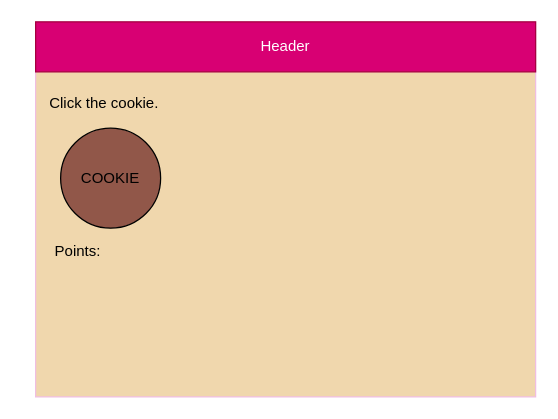
This is design/story-board.drawio from Liya-Getachew/ICS2O-Unit6-02-cookie-clicker, a draw.io file, before an edit. Source tidied: cells renumbered, new cells numbered last; positions are measured from the earlier drawing's top-left corner, leaving out a move shared by most shapes. Both pictures are drawn from the tidied source at 125%, with x=0, y=0 at pixel (21, 21).
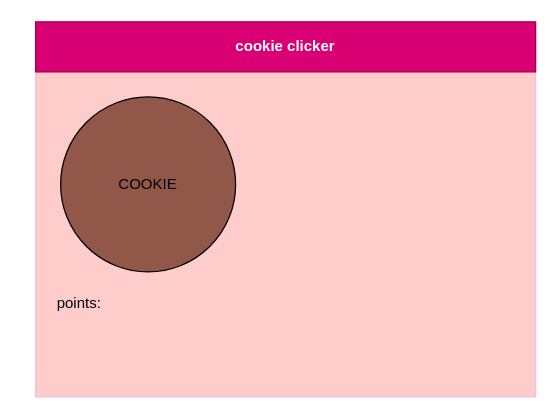
Above is the later version.

Commit message (it also covers changes not shown here):
board and chart

Diff of the diagram source:
```diff
@@
 <mxGraphModel>
   <root>
     <mxCell id="0" />
     <mxCell id="1" parent="0" />
-    <mxCell id="2" style="rounded=0;whiteSpace=wrap;html=1;strokeColor=#F0BEE1;fillColor=#F0D7AD;" parent="1" vertex="1">
+    <mxCell id="2" style="rounded=0;whiteSpace=wrap;html=1;strokeColor=#F0BEE1;fillColor=#FFCCCC;" parent="1" vertex="1">
       <mxGeometry x="11" width="400" height="300" as="geometry" />
     </mxCell>
-    <mxCell id="3" value="Header" style="rounded=0;whiteSpace=wrap;html=1;fillColor=#d80073;fontColor=#ffffff;strokeColor=#A50040;" parent="1" vertex="1">
+    <mxCell id="3" value="cookie clicker" style="rounded=0;whiteSpace=wrap;html=1;fillColor=#d80073;fontColor=#ffffff;strokeColor=#A50040;fontStyle=1;" parent="1" vertex="1">
       <mxGeometry x="11" width="400" height="40" as="geometry" />
     </mxCell>
     <mxCell id="4" value="COOKIE" style="ellipse;whiteSpace=wrap;html=1;strokeColor=#000000;fillColor=#915749;" parent="1" vertex="1">
-      <mxGeometry x="31" y="85" width="80" height="80" as="geometry" />
+      <mxGeometry x="31" y="60" width="140" height="140" as="geometry" />
     </mxCell>
-    <mxCell id="5" value="&lt;font color=&quot;#000000&quot;&gt;Click the cookie.&lt;/font&gt;" style="text;html=1;strokeColor=none;fillColor=none;align=center;verticalAlign=middle;whiteSpace=wrap;rounded=0;" parent="1" vertex="1">
-      <mxGeometry x="11" y="50" width="110" height="30" as="geometry" />
-    </mxCell>
-    <mxCell id="6" value="Points:" style="text;html=1;strokeColor=none;fillColor=none;align=center;verticalAlign=middle;whiteSpace=wrap;rounded=0;fontColor=#000000;" parent="1" vertex="1">
-      <mxGeometry y="169" width="90" height="30" as="geometry" />
+    <mxCell id="6" value="points:" style="text;html=1;strokeColor=none;fillColor=none;align=center;verticalAlign=middle;whiteSpace=wrap;rounded=0;fontColor=#000000;" parent="1" vertex="1">
+      <mxGeometry x="1" y="210" width="90" height="30" as="geometry" />
     </mxCell>
   </root>
 </mxGraphModel>
```
